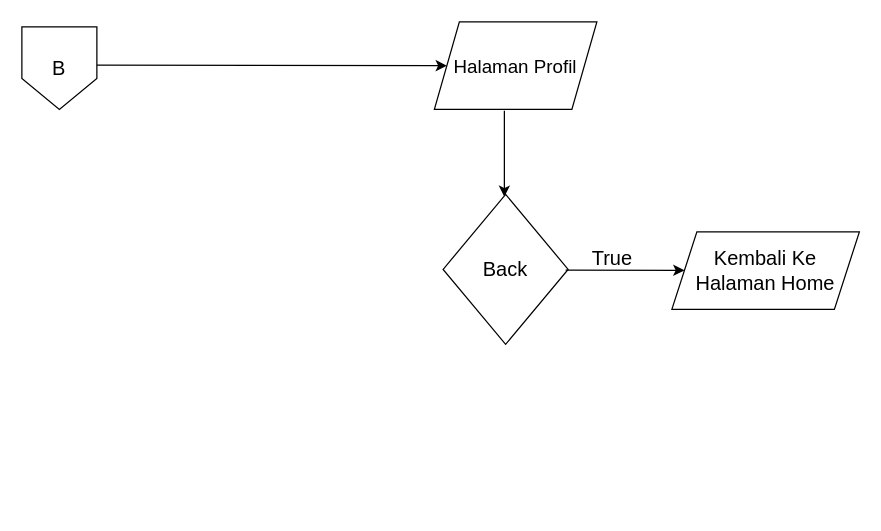
Before: page "Halaman-3" (3 of 6) of src/assets/Flowchart React/Uas_React Fadllan_Rizky.drawio in FadllanRizky/uas_fadllan, a draw.io diagram. Source tidied: cells renumbered, new cells numbered last; positions are measured from the earlier drawing's top-left corner, leaving out a move shared by most shapes. Both pictures are drawn from the tidied source at 125%, with x=0, y=0 at pixel (21, 21).
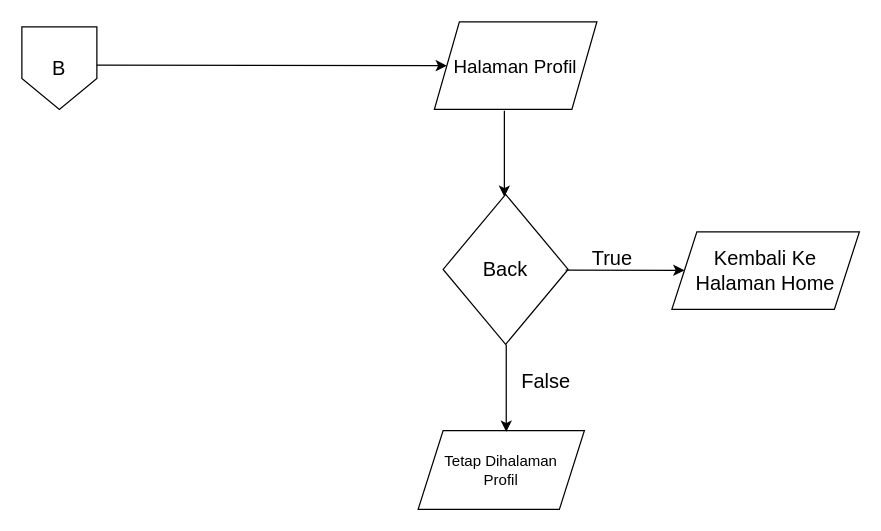
After the change.

The edit, as a diff of the source:
```diff
@@
 <mxGraphModel>
   <root>
     <mxCell id="0" />
     <mxCell id="1" parent="0" />
     <mxCell id="2" style="endArrow=classic;html=1;rounded=0;fontSize=15;" parent="1" edge="1">
       <mxGeometry relative="1" as="geometry">
         <mxPoint x="59" y="34.5" as="sourcePoint" />
         <mxPoint x="340" y="35" as="targetPoint" />
       </mxGeometry>
     </mxCell>
     <mxCell id="3" value="Halaman Profil" style="shape=parallelogram;perimeter=parallelogramPerimeter;whiteSpace=wrap;html=1;fixedSize=1;strokeWidth=1;fontSize=15;" parent="1" vertex="1">
       <mxGeometry x="330" width="130" height="70" as="geometry" />
     </mxCell>
     <mxCell id="4" style="endArrow=classic;html=1;rounded=0;fontSize=15;" parent="1" edge="1">
       <mxGeometry relative="1" as="geometry">
         <mxPoint x="386" y="71" as="sourcePoint" />
         <mxPoint x="386" y="140" as="targetPoint" />
       </mxGeometry>
     </mxCell>
     <mxCell id="5" value="Back" style="rhombus;whiteSpace=wrap;html=1;fontSize=16;" parent="1" vertex="1">
       <mxGeometry x="337" y="138" width="100" height="120" as="geometry" />
     </mxCell>
     <mxCell id="6" style="endArrow=classic;html=1;rounded=0;fontSize=16;" parent="1" edge="1" target="7">
       <mxGeometry relative="1" as="geometry">
         <mxPoint x="435" y="198.5" as="sourcePoint" />
       </mxGeometry>
     </mxCell>
     <mxCell id="7" value="Kembali Ke Halaman Home" style="shape=parallelogram;perimeter=parallelogramPerimeter;whiteSpace=wrap;html=1;fixedSize=1;fontSize=16;" parent="1" vertex="1">
       <mxGeometry x="520" y="168" width="150" height="62" as="geometry" />
     </mxCell>
     <mxCell id="8" value="True" style="text;html=1;align=center;verticalAlign=middle;strokeColor=none;fillColor=none;fontSize=16;" parent="1" vertex="1">
       <mxGeometry x="442" y="174" width="60" height="30" as="geometry" />
     </mxCell>
     <mxCell id="9" value="B" style="shape=offPageConnector;whiteSpace=wrap;html=1;fontSize=16;" parent="1" vertex="1">
       <mxGeometry y="4" width="60" height="66" as="geometry" />
     </mxCell>
+    <mxCell id="10" value="Tetap Dihalaman&lt;div&gt;Profil&lt;/div&gt;" style="shape=parallelogram;perimeter=parallelogramPerimeter;whiteSpace=wrap;html=1;fixedSize=1;fontStyle=0;" parent="1" vertex="1">
+      <mxGeometry x="317" y="327" width="133" height="63" as="geometry" />
+    </mxCell>
+    <mxCell id="11" style="endArrow=classic;html=1;" parent="1" edge="1">
+      <mxGeometry relative="1" as="geometry">
+        <mxPoint x="387.5" y="258" as="sourcePoint" />
+        <mxPoint x="387.5" y="328" as="targetPoint" />
+      </mxGeometry>
+    </mxCell>
+    <mxCell id="12" value="&lt;font style=&quot;font-size: 16px;&quot;&gt;False&lt;/font&gt;" style="text;html=1;align=center;verticalAlign=middle;strokeColor=none;fillColor=none;" parent="1" vertex="1">
+      <mxGeometry x="389" y="272" width="60" height="30" as="geometry" />
+    </mxCell>
   </root>
 </mxGraphModel>
```
